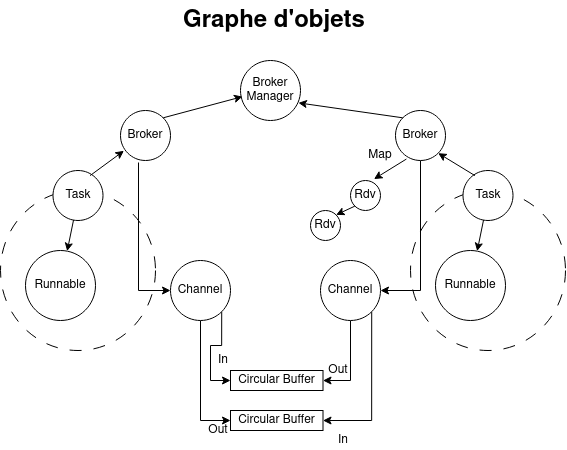
The draw.io diagram objectGraph.drawio.png in RanaRoc/SAR, before a commit. Source tidied: cells renumbered, new cells last; positions are measured from the earlier drawing's top-left corner, leaving out a move shared by most shapes. Source of this version:
```xml
<mxGraphModel>
  <root>
    <mxCell id="0" />
    <mxCell id="1" parent="0" />
    <mxCell id="2" value="&lt;h1 style=&quot;margin-top: 0px;&quot;&gt;Graphe d'objets&lt;br&gt;&lt;/h1&gt;&lt;p&gt;&lt;br&gt;&lt;/p&gt;" style="text;html=1;whiteSpace=wrap;overflow=hidden;rounded=0;" parent="1" vertex="1">
      <mxGeometry x="181" width="290" height="120" as="geometry" />
    </mxCell>
    <mxCell id="3" style="ellipse;whiteSpace=wrap;html=1;dashed=1;dashPattern=12 12;" parent="1" vertex="1">
      <mxGeometry y="190" width="155" height="160" as="geometry" />
    </mxCell>
    <mxCell id="4" style="edgeStyle=orthogonalEdgeStyle;rounded=0;jettySize=auto;html=1;exitX=0.36;exitY=1.04;exitDx=0;exitDy=0;entryX=0.5;entryY=1;entryDx=0;entryDy=0;exitPerimeter=0;" parent="1" edge="1" source="13" target="27">
      <mxGeometry relative="1" as="geometry" />
    </mxCell>
    <mxCell id="5" value="Task" style="ellipse;whiteSpace=wrap;html=1;" parent="1" vertex="1">
      <mxGeometry x="52.5" y="170" width="50" height="50" as="geometry" />
    </mxCell>
    <mxCell id="6" value="Runnable" style="ellipse;whiteSpace=wrap;html=1;" parent="1" vertex="1">
      <mxGeometry x="25" y="250" width="70" height="70" as="geometry" />
    </mxCell>
    <mxCell id="7" style="endArrow=classic;html=1;rounded=0;" parent="1" edge="1" source="5" target="6">
      <mxGeometry relative="1" as="geometry" />
    </mxCell>
    <mxCell id="8" style="ellipse;whiteSpace=wrap;html=1;dashed=1;dashPattern=12 12;" parent="1" vertex="1">
      <mxGeometry x="410" y="190" width="155" height="160" as="geometry" />
    </mxCell>
    <mxCell id="9" style="edgeStyle=orthogonalEdgeStyle;rounded=0;jettySize=auto;html=1;entryX=0.5;entryY=0;entryDx=0;entryDy=0;exitX=0.5;exitY=1;exitDx=0;exitDy=0;" parent="1" edge="1" source="14" target="30">
      <mxGeometry relative="1" as="geometry" />
    </mxCell>
    <mxCell id="10" value="Task" style="ellipse;whiteSpace=wrap;html=1;" parent="1" vertex="1">
      <mxGeometry x="462.5" y="170" width="50" height="50" as="geometry" />
    </mxCell>
    <mxCell id="11" value="Runnable" style="ellipse;whiteSpace=wrap;html=1;" parent="1" vertex="1">
      <mxGeometry x="435" y="250" width="70" height="70" as="geometry" />
    </mxCell>
    <mxCell id="12" style="endArrow=classic;html=1;rounded=0;" parent="1" edge="1" source="10" target="11">
      <mxGeometry relative="1" as="geometry" />
    </mxCell>
    <mxCell id="13" value="Broker" style="ellipse;whiteSpace=wrap;html=1;" parent="1" vertex="1">
      <mxGeometry x="120" y="110" width="50" height="50" as="geometry" />
    </mxCell>
    <mxCell id="14" value="Broker" style="ellipse;whiteSpace=wrap;html=1;" parent="1" vertex="1">
      <mxGeometry x="395" y="110" width="50" height="50" as="geometry" />
    </mxCell>
    <mxCell id="15" style="endArrow=classic;html=1;rounded=0;exitX=0.742;exitY=0.102;exitDx=0;exitDy=0;exitPerimeter=0;entryX=0.068;entryY=0.806;entryDx=0;entryDy=0;entryPerimeter=0;" parent="1" edge="1" source="5" target="13">
      <mxGeometry relative="1" as="geometry" />
    </mxCell>
    <mxCell id="16" style="endArrow=classic;html=1;rounded=0;entryX=1;entryY=1;entryDx=0;entryDy=0;exitX=0.239;exitY=0.102;exitDx=0;exitDy=0;exitPerimeter=0;" parent="1" edge="1" source="10" target="14">
      <mxGeometry relative="1" as="geometry" />
    </mxCell>
    <mxCell id="17" value="Broker Manager" style="ellipse;whiteSpace=wrap;html=1;" parent="1" vertex="1">
      <mxGeometry x="240" y="60" width="60" height="60" as="geometry" />
    </mxCell>
    <mxCell id="18" style="endArrow=classic;html=1;rounded=0;entryX=0.034;entryY=0.602;entryDx=0;entryDy=0;entryPerimeter=0;exitX=1;exitY=0;exitDx=0;exitDy=0;" parent="1" edge="1" source="13" target="17">
      <mxGeometry relative="1" as="geometry" />
    </mxCell>
    <mxCell id="19" style="endArrow=classic;html=1;rounded=0;entryX=0.965;entryY=0.706;entryDx=0;entryDy=0;entryPerimeter=0;exitX=0;exitY=0;exitDx=0;exitDy=0;" parent="1" edge="1" source="14" target="17">
      <mxGeometry relative="1" as="geometry" />
    </mxCell>
    <mxCell id="20" value="Rdv" style="ellipse;whiteSpace=wrap;html=1;" parent="1" vertex="1">
      <mxGeometry x="350" y="180" width="30" height="30" as="geometry" />
    </mxCell>
    <mxCell id="21" style="endArrow=classic;html=1;rounded=0;entryX=0.783;entryY=-0.048;entryDx=0;entryDy=0;entryPerimeter=0;exitX=0.218;exitY=0.971;exitDx=0;exitDy=0;exitPerimeter=0;" parent="1" edge="1" source="14" target="20">
      <mxGeometry relative="1" as="geometry" />
    </mxCell>
    <mxCell id="22" value="Map" style="text;html=1;align=center;verticalAlign=middle;whiteSpace=wrap;rounded=0;" parent="1" vertex="1">
      <mxGeometry x="350" y="140" width="60" height="30" as="geometry" />
    </mxCell>
    <mxCell id="23" value="Rdv" style="ellipse;whiteSpace=wrap;html=1;" parent="1" vertex="1">
      <mxGeometry x="310" y="210" width="30" height="30" as="geometry" />
    </mxCell>
    <mxCell id="24" style="endArrow=classic;html=1;rounded=0;entryX=1;entryY=0;entryDx=0;entryDy=0;exitX=0;exitY=1;exitDx=0;exitDy=0;" parent="1" edge="1" source="20" target="23">
      <mxGeometry relative="1" as="geometry" />
    </mxCell>
    <mxCell id="25" style="edgeStyle=orthogonalEdgeStyle;rounded=0;jettySize=auto;html=1;exitX=1;exitY=0;exitDx=0;exitDy=0;entryX=0;entryY=0.5;entryDx=0;entryDy=0;" parent="1" edge="1" source="27" target="31">
      <mxGeometry relative="1" as="geometry" />
    </mxCell>
    <mxCell id="26" style="edgeStyle=orthogonalEdgeStyle;rounded=0;jettySize=auto;html=1;entryX=0;entryY=0.5;entryDx=0;entryDy=0;" parent="1" edge="1" source="27" target="32">
      <mxGeometry relative="1" as="geometry" />
    </mxCell>
    <mxCell id="27" value="Channel" style="ellipse;whiteSpace=wrap;html=1;direction=south;" parent="1" vertex="1">
      <mxGeometry x="170" y="260" width="60" height="60" as="geometry" />
    </mxCell>
    <mxCell id="28" style="edgeStyle=orthogonalEdgeStyle;rounded=0;jettySize=auto;html=1;entryX=1;entryY=0.5;entryDx=0;entryDy=0;" parent="1" edge="1" source="30" target="31">
      <mxGeometry relative="1" as="geometry" />
    </mxCell>
    <mxCell id="29" style="edgeStyle=orthogonalEdgeStyle;rounded=0;jettySize=auto;html=1;entryX=1;entryY=0.5;entryDx=0;entryDy=0;exitX=1;exitY=0;exitDx=0;exitDy=0;" parent="1" edge="1" source="30" target="32">
      <mxGeometry relative="1" as="geometry" />
    </mxCell>
    <mxCell id="30" value="Channel" style="ellipse;whiteSpace=wrap;html=1;direction=south;" parent="1" vertex="1">
      <mxGeometry x="320" y="260" width="60" height="60" as="geometry" />
    </mxCell>
    <mxCell id="31" value="Circular Buffer" style="rounded=0;whiteSpace=wrap;html=1;" parent="1" vertex="1">
      <mxGeometry x="230" y="370" width="92.5" height="20" as="geometry" />
    </mxCell>
    <mxCell id="32" value="Circular Buffer" style="rounded=0;whiteSpace=wrap;html=1;" parent="1" vertex="1">
      <mxGeometry x="230" y="410" width="92.5" height="20" as="geometry" />
    </mxCell>
    <mxCell id="33" value="In" style="text;html=1;align=center;verticalAlign=middle;whiteSpace=wrap;rounded=0;" parent="1" vertex="1">
      <mxGeometry x="216" y="350" width="14" height="20" as="geometry" />
    </mxCell>
    <mxCell id="34" value="In" style="text;html=1;align=center;verticalAlign=middle;whiteSpace=wrap;rounded=0;" parent="1" vertex="1">
      <mxGeometry x="336" y="430" width="14" height="20" as="geometry" />
    </mxCell>
    <mxCell id="35" value="Out" style="text;html=1;align=center;verticalAlign=middle;whiteSpace=wrap;rounded=0;" parent="1" vertex="1">
      <mxGeometry x="326" y="360" width="24" height="20" as="geometry" />
    </mxCell>
    <mxCell id="36" value="Out" style="text;html=1;align=center;verticalAlign=middle;whiteSpace=wrap;rounded=0;" parent="1" vertex="1">
      <mxGeometry x="206" y="420" width="24" height="20" as="geometry" />
    </mxCell>
  </root>
</mxGraphModel>
```
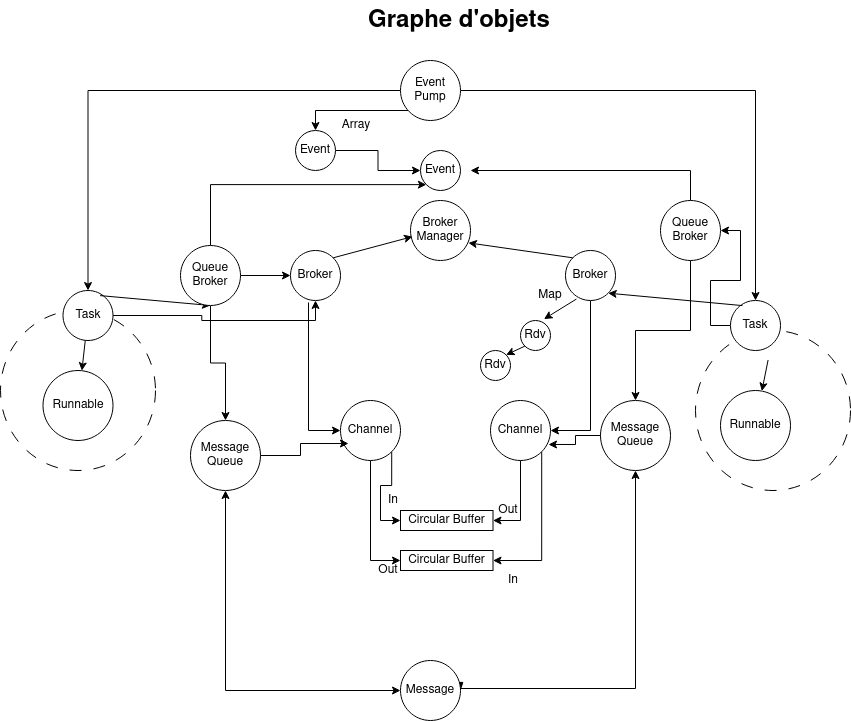
The same diagram one commit later.

Change to the diagram source:
```diff
@@ -3,37 +3,45 @@
     <mxCell id="0" />
     <mxCell id="1" parent="0" />
     <mxCell id="2" value="&lt;h1 style=&quot;margin-top: 0px;&quot;&gt;Graphe d'objets&lt;br&gt;&lt;/h1&gt;&lt;p&gt;&lt;br&gt;&lt;/p&gt;" style="text;html=1;whiteSpace=wrap;overflow=hidden;rounded=0;" parent="1" vertex="1">
-      <mxGeometry x="181" width="290" height="120" as="geometry" />
+      <mxGeometry x="196" y="-140" width="290" height="120" as="geometry" />
     </mxCell>
     <mxCell id="3" style="ellipse;whiteSpace=wrap;html=1;dashed=1;dashPattern=12 12;" parent="1" vertex="1">
-      <mxGeometry y="190" width="155" height="160" as="geometry" />
+      <mxGeometry x="-170" y="170" width="155" height="160" as="geometry" />
     </mxCell>
     <mxCell id="4" style="edgeStyle=orthogonalEdgeStyle;rounded=0;jettySize=auto;html=1;exitX=0.36;exitY=1.04;exitDx=0;exitDy=0;entryX=0.5;entryY=1;entryDx=0;entryDy=0;exitPerimeter=0;" parent="1" edge="1" source="13" target="27">
       <mxGeometry relative="1" as="geometry" />
     </mxCell>
+    <mxCell id="37" style="edgeStyle=orthogonalEdgeStyle;rounded=0;jettySize=auto;html=1;entryX=0.5;entryY=1;entryDx=0;entryDy=0;" parent="1" edge="1" source="5" target="13">
+      <mxGeometry relative="1" as="geometry" />
+    </mxCell>
     <mxCell id="5" value="Task" style="ellipse;whiteSpace=wrap;html=1;" parent="1" vertex="1">
-      <mxGeometry x="52.5" y="170" width="50" height="50" as="geometry" />
+      <mxGeometry x="-107.5" y="150" width="50" height="50" as="geometry" />
     </mxCell>
     <mxCell id="6" value="Runnable" style="ellipse;whiteSpace=wrap;html=1;" parent="1" vertex="1">
-      <mxGeometry x="25" y="250" width="70" height="70" as="geometry" />
+      <mxGeometry x="-127.5" y="230" width="70" height="70" as="geometry" />
     </mxCell>
     <mxCell id="7" style="endArrow=classic;html=1;rounded=0;" parent="1" edge="1" source="5" target="6">
       <mxGeometry relative="1" as="geometry" />
     </mxCell>
     <mxCell id="8" style="ellipse;whiteSpace=wrap;html=1;dashed=1;dashPattern=12 12;" parent="1" vertex="1">
-      <mxGeometry x="410" y="190" width="155" height="160" as="geometry" />
+      <mxGeometry x="525" y="190" width="155" height="160" as="geometry" />
     </mxCell>
     <mxCell id="9" style="edgeStyle=orthogonalEdgeStyle;rounded=0;jettySize=auto;html=1;entryX=0.5;entryY=0;entryDx=0;entryDy=0;exitX=0.5;exitY=1;exitDx=0;exitDy=0;" parent="1" edge="1" source="14" target="30">
       <mxGeometry relative="1" as="geometry" />
     </mxCell>
+    <mxCell id="38" style="edgeStyle=orthogonalEdgeStyle;rounded=0;jettySize=auto;html=1;entryX=1;entryY=0.5;entryDx=0;entryDy=0;" parent="1" edge="1" source="10" target="47">
+      <mxGeometry relative="1" as="geometry" />
+    </mxCell>
     <mxCell id="10" value="Task" style="ellipse;whiteSpace=wrap;html=1;" parent="1" vertex="1">
-      <mxGeometry x="462.5" y="170" width="50" height="50" as="geometry" />
+      <mxGeometry x="560" y="160" width="50" height="50" as="geometry" />
     </mxCell>
     <mxCell id="11" value="Runnable" style="ellipse;whiteSpace=wrap;html=1;" parent="1" vertex="1">
-      <mxGeometry x="435" y="250" width="70" height="70" as="geometry" />
+      <mxGeometry x="550" y="250" width="70" height="70" as="geometry" />
     </mxCell>
-    <mxCell id="12" style="endArrow=classic;html=1;rounded=0;" parent="1" edge="1" source="10" target="11">
-      <mxGeometry relative="1" as="geometry" />
+    <mxCell id="12" style="endArrow=classic;html=1;rounded=0;" parent="1" edge="1" target="11">
+      <mxGeometry relative="1" as="geometry">
+        <mxPoint x="597.6" y="219.5" as="sourcePoint" />
+      </mxGeometry>
     </mxCell>
     <mxCell id="13" value="Broker" style="ellipse;whiteSpace=wrap;html=1;" parent="1" vertex="1">
       <mxGeometry x="120" y="110" width="50" height="50" as="geometry" />
@@ -41,7 +49,7 @@
     <mxCell id="14" value="Broker" style="ellipse;whiteSpace=wrap;html=1;" parent="1" vertex="1">
       <mxGeometry x="395" y="110" width="50" height="50" as="geometry" />
     </mxCell>
-    <mxCell id="15" style="endArrow=classic;html=1;rounded=0;exitX=0.742;exitY=0.102;exitDx=0;exitDy=0;exitPerimeter=0;entryX=0.068;entryY=0.806;entryDx=0;entryDy=0;entryPerimeter=0;" parent="1" edge="1" source="5" target="13">
+    <mxCell id="15" style="endArrow=classic;html=1;rounded=0;exitX=0.742;exitY=0.102;exitDx=0;exitDy=0;exitPerimeter=0;entryX=0.5;entryY=1;entryDx=0;entryDy=0;" parent="1" edge="1" source="5" target="42">
       <mxGeometry relative="1" as="geometry" />
     </mxCell>
     <mxCell id="16" style="endArrow=classic;html=1;rounded=0;entryX=1;entryY=1;entryDx=0;entryDy=0;exitX=0.239;exitY=0.102;exitDx=0;exitDy=0;exitPerimeter=0;" parent="1" edge="1" source="10" target="14">
@@ -107,5 +115,93 @@
     <mxCell id="36" value="Out" style="text;html=1;align=center;verticalAlign=middle;whiteSpace=wrap;rounded=0;" parent="1" vertex="1">
       <mxGeometry x="206" y="420" width="24" height="20" as="geometry" />
     </mxCell>
+    <mxCell id="39" style="edgeStyle=orthogonalEdgeStyle;rounded=0;jettySize=auto;html=1;entryX=0;entryY=0.5;entryDx=0;entryDy=0;" parent="1" edge="1" source="42" target="13">
+      <mxGeometry relative="1" as="geometry" />
+    </mxCell>
+    <mxCell id="40" style="edgeStyle=orthogonalEdgeStyle;rounded=0;jettySize=auto;html=1;" parent="1" edge="1" source="42" target="44">
+      <mxGeometry relative="1" as="geometry" />
+    </mxCell>
+    <mxCell id="41" style="edgeStyle=orthogonalEdgeStyle;rounded=0;jettySize=auto;html=1;entryX=0;entryY=1;entryDx=0;entryDy=0;" parent="1" edge="1" source="42" target="59">
+      <mxGeometry relative="1" as="geometry">
+        <Array as="points">
+          <mxPoint x="40" y="44" />
+        </Array>
+      </mxGeometry>
+    </mxCell>
+    <mxCell id="42" value="Queue Broker" style="ellipse;whiteSpace=wrap;html=1;" parent="1" vertex="1">
+      <mxGeometry x="10" y="105" width="60" height="60" as="geometry" />
+    </mxCell>
+    <mxCell id="43" style="edgeStyle=orthogonalEdgeStyle;rounded=0;jettySize=auto;html=1;entryX=0;entryY=0.5;entryDx=0;entryDy=0;startArrow=classic;startFill=1;" parent="1" edge="1" source="44" target="52">
+      <mxGeometry relative="1" as="geometry">
+        <Array as="points">
+          <mxPoint x="55" y="550" />
+        </Array>
+      </mxGeometry>
+    </mxCell>
+    <mxCell id="44" value="Message Queue" style="ellipse;whiteSpace=wrap;html=1;" parent="1" vertex="1">
+      <mxGeometry x="20" y="280" width="70" height="70" as="geometry" />
+    </mxCell>
+    <mxCell id="45" style="edgeStyle=orthogonalEdgeStyle;rounded=0;jettySize=auto;html=1;" parent="1" edge="1" source="47" target="49">
+      <mxGeometry relative="1" as="geometry" />
+    </mxCell>
+    <mxCell id="46" style="edgeStyle=orthogonalEdgeStyle;rounded=0;jettySize=auto;html=1;" parent="1" edge="1" source="47">
+      <mxGeometry relative="1" as="geometry">
+        <mxPoint x="300" y="30" as="targetPoint" />
+        <Array as="points">
+          <mxPoint x="520" y="30" />
+        </Array>
+      </mxGeometry>
+    </mxCell>
+    <mxCell id="47" value="Queue Broker" style="ellipse;whiteSpace=wrap;html=1;" parent="1" vertex="1">
+      <mxGeometry x="490" y="60" width="60" height="60" as="geometry" />
+    </mxCell>
+    <mxCell id="48" style="edgeStyle=orthogonalEdgeStyle;rounded=0;jettySize=auto;html=1;entryX=1;entryY=0.5;entryDx=0;entryDy=0;exitX=0.5;exitY=1;exitDx=0;exitDy=0;startArrow=classic;startFill=1;endArrow=blockThin;endFill=1;" parent="1" edge="1" source="49" target="52">
+      <mxGeometry relative="1" as="geometry">
+        <Array as="points">
+          <mxPoint x="465" y="548" />
+          <mxPoint x="290" y="548" />
+        </Array>
+      </mxGeometry>
+    </mxCell>
+    <mxCell id="49" value="Message Queue" style="ellipse;whiteSpace=wrap;html=1;" parent="1" vertex="1">
+      <mxGeometry x="430" y="260" width="70" height="70" as="geometry" />
+    </mxCell>
+    <mxCell id="50" style="edgeStyle=orthogonalEdgeStyle;rounded=0;jettySize=auto;html=1;entryX=0.717;entryY=0.867;entryDx=0;entryDy=0;entryPerimeter=0;" parent="1" edge="1" source="44" target="27">
+      <mxGeometry relative="1" as="geometry" />
+    </mxCell>
+    <mxCell id="51" style="edgeStyle=orthogonalEdgeStyle;rounded=0;jettySize=auto;html=1;entryX=0.733;entryY=0.033;entryDx=0;entryDy=0;entryPerimeter=0;" parent="1" edge="1" source="49" target="30">
+      <mxGeometry relative="1" as="geometry" />
+    </mxCell>
+    <mxCell id="52" value="Message" style="ellipse;whiteSpace=wrap;html=1;" parent="1" vertex="1">
+      <mxGeometry x="230" y="520" width="60" height="60" as="geometry" />
+    </mxCell>
+    <mxCell id="53" style="edgeStyle=orthogonalEdgeStyle;rounded=0;jettySize=auto;html=1;entryX=0.5;entryY=0;entryDx=0;entryDy=0;" parent="1" edge="1" source="56" target="10">
+      <mxGeometry relative="1" as="geometry" />
+    </mxCell>
+    <mxCell id="54" style="edgeStyle=orthogonalEdgeStyle;rounded=0;jettySize=auto;html=1;entryX=0.5;entryY=0;entryDx=0;entryDy=0;" parent="1" edge="1" source="56" target="5">
+      <mxGeometry relative="1" as="geometry" />
+    </mxCell>
+    <mxCell id="55" style="edgeStyle=orthogonalEdgeStyle;rounded=0;jettySize=auto;html=1;entryX=0.5;entryY=0;entryDx=0;entryDy=0;" parent="1" edge="1" source="56" target="58">
+      <mxGeometry relative="1" as="geometry">
+        <Array as="points">
+          <mxPoint x="145" y="-30" />
+        </Array>
+      </mxGeometry>
+    </mxCell>
+    <mxCell id="56" value="Event Pump" style="ellipse;whiteSpace=wrap;html=1;" parent="1" vertex="1">
+      <mxGeometry x="230" y="-80" width="60" height="60" as="geometry" />
+    </mxCell>
+    <mxCell id="57" style="edgeStyle=orthogonalEdgeStyle;rounded=0;jettySize=auto;html=1;entryX=0;entryY=0.5;entryDx=0;entryDy=0;" parent="1" edge="1" source="58" target="59">
+      <mxGeometry relative="1" as="geometry" />
+    </mxCell>
+    <mxCell id="58" value="Event" style="ellipse;whiteSpace=wrap;html=1;" parent="1" vertex="1">
+      <mxGeometry x="125" y="-10" width="40" height="40" as="geometry" />
+    </mxCell>
+    <mxCell id="59" value="Event" style="ellipse;whiteSpace=wrap;html=1;" parent="1" vertex="1">
+      <mxGeometry x="250" y="10" width="40" height="40" as="geometry" />
+    </mxCell>
+    <mxCell id="60" value="Array" style="text;html=1;align=center;verticalAlign=middle;whiteSpace=wrap;rounded=0;" parent="1" vertex="1">
+      <mxGeometry x="156" y="-30" width="60" height="30" as="geometry" />
+    </mxCell>
   </root>
 </mxGraphModel>
```
